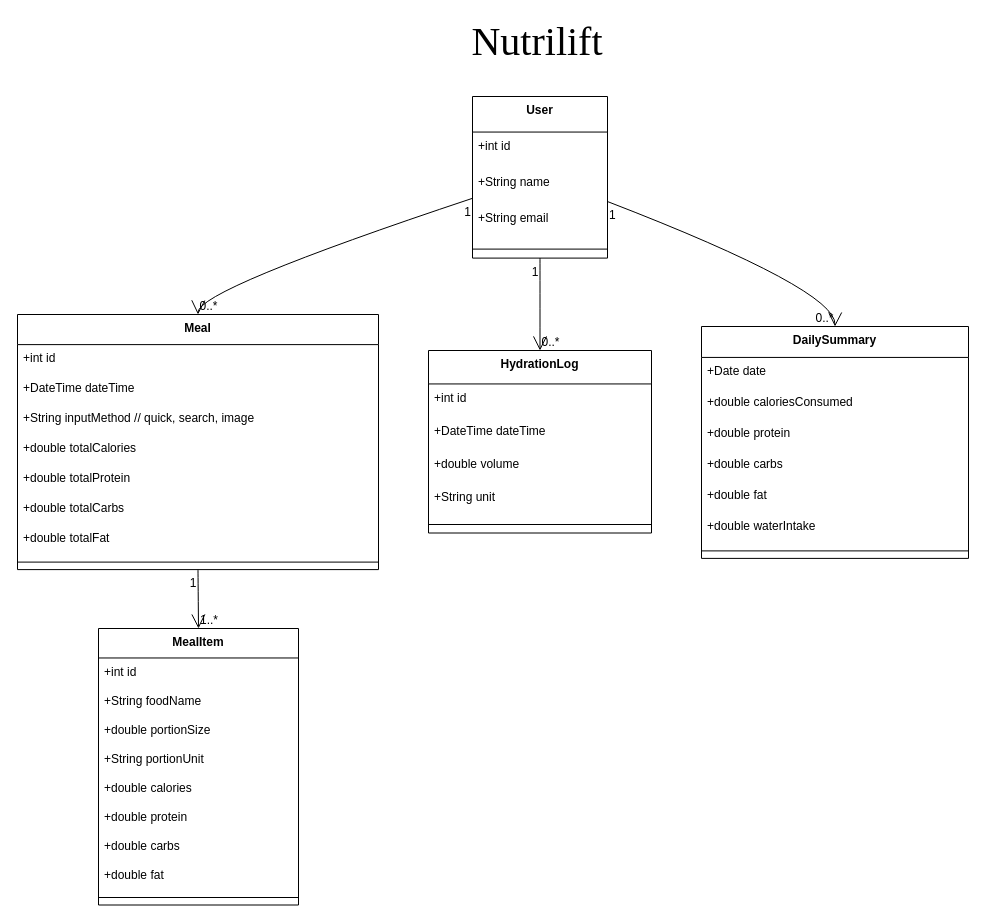
Earlier version of the draw.io diagram documents/Artifact Diagrams/Class Diagram/NutritionTracking_ClassDiagram.drawio (lujamanandhar/FYP). Source tidied: cells renumbered, new cells numbered last; positions are measured from the earlier drawing's top-left corner, leaving out a move shared by most shapes. Both pictures are drawn from the tidied source at 100%, with x=0, y=0 at pixel (17, 26).
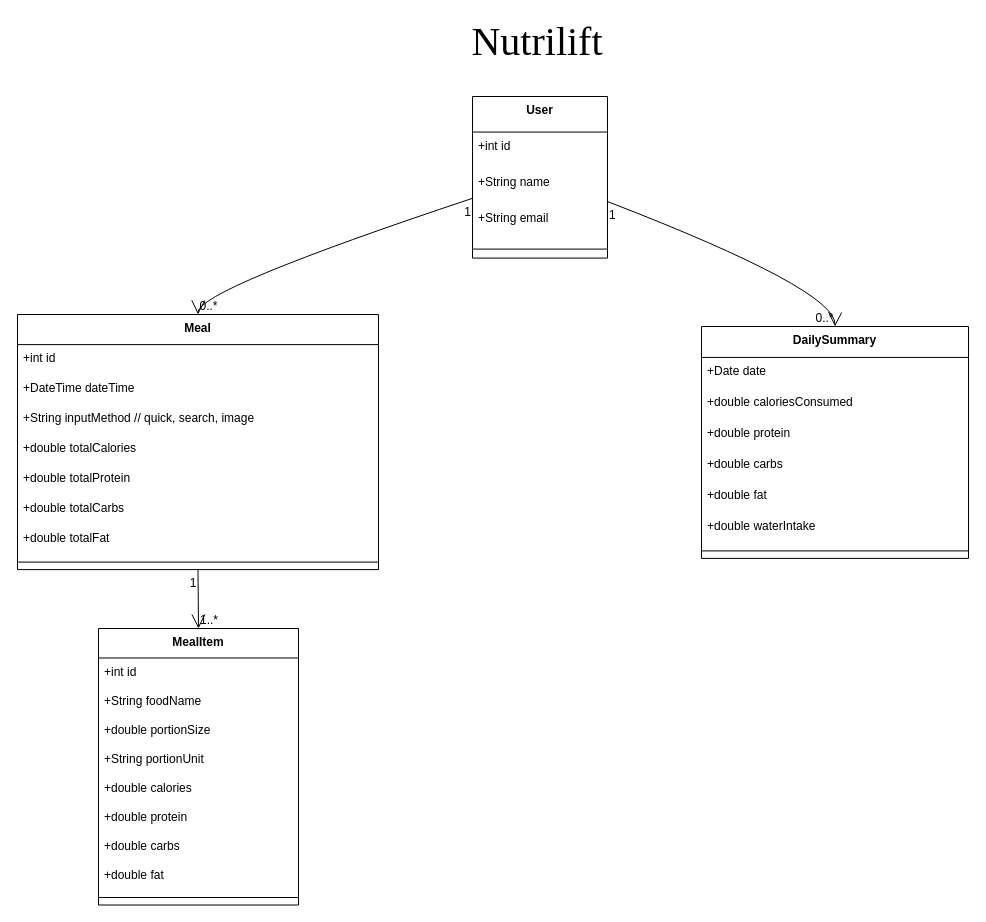
After the change.

Commit message (it also covers changes not shown here):
corrected class diagram of nutrition tracking system

The change refers to these unchanged cells:
```xml
<mxCell id="3" value="User" style="swimlane;fontStyle=1;align=center;verticalAlign=top;horizontal=1;startSize=35.55555555555556;" parent="1" vertex="1">
  <mxGeometry x="455" y="70" width="135" height="161.6" as="geometry" />
</mxCell>
```

Diff of the diagram source:
```diff
@@
-    <mxCell id="27" value="HydrationLog" style="swimlane;fontStyle=1;align=center;verticalAlign=top;horizontal=1;startSize=33.45454545454545;" parent="1" vertex="1">
-      <mxGeometry x="411" y="324" width="223" height="182.5" as="geometry" />
-    </mxCell>
-    <mxCell id="28" value="+int id" style="text;strokeColor=none;fillColor=none;align=left;verticalAlign=top;spacingLeft=4;spacingRight=4;overflow=hidden;" parent="27" vertex="1">
-      <mxGeometry y="33.5" width="223" height="33" as="geometry" />
-    </mxCell>
-    <mxCell id="29" value="+DateTime dateTime" style="text;strokeColor=none;fillColor=none;align=left;verticalAlign=top;spacingLeft=4;spacingRight=4;overflow=hidden;" parent="27" vertex="1">
-      <mxGeometry y="66.5" width="223" height="33" as="geometry" />
-    </mxCell>
-    <mxCell id="30" value="+double volume" style="text;strokeColor=none;fillColor=none;align=left;verticalAlign=top;spacingLeft=4;spacingRight=4;overflow=hidden;" parent="27" vertex="1">
-      <mxGeometry y="99.5" width="223" height="33" as="geometry" />
-    </mxCell>
-    <mxCell id="31" value="+String unit" style="text;strokeColor=none;fillColor=none;align=left;verticalAlign=top;spacingLeft=4;spacingRight=4;overflow=hidden;" parent="27" vertex="1">
-      <mxGeometry y="132.5" width="223" height="33" as="geometry" />
-    </mxCell>
-    <mxCell id="32" style="line;strokeWidth=1;fillColor=none;align=left;verticalAlign=middle;spacingTop=-1;spacingLeft=3;spacingRight=3;labelPosition=right;strokeColor=inherit;" parent="27" vertex="1">
-      <mxGeometry y="165.5" width="223" height="17" as="geometry" />
-    </mxCell>
@@
-    <mxCell id="47" style="curved=1;startArrow=none;endArrow=open;endSize=12;exitX=0.5;exitY=1;entryX=0.5;entryY=0;rounded=0;fontSize=12;" parent="1" edge="1" source="3" target="27">
-      <mxGeometry relative="1" as="geometry" />
-    </mxCell>
-    <mxCell id="48" value="1" style="edgeLabel;labelBackgroundColor=none;fontSize=12;align=right;verticalAlign=top;" parent="47" vertex="1">
-      <mxGeometry x="-1" relative="1" as="geometry" />
-    </mxCell>
-    <mxCell id="49" value="0..*" style="edgeLabel;labelBackgroundColor=none;fontSize=12;align=left;verticalAlign=bottom;" parent="47" vertex="1">
-      <mxGeometry x="1" relative="1" as="geometry" />
-    </mxCell>
```
